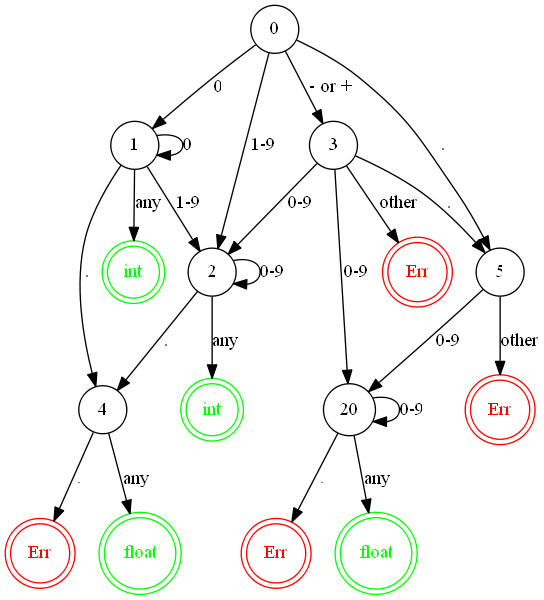
Earlier version of the Graphviz export 编译原理/static/dot/number-sm.png (rskmin/Study). Its source is kept beside it as 编译原理/static/dot/number-sm.dot.
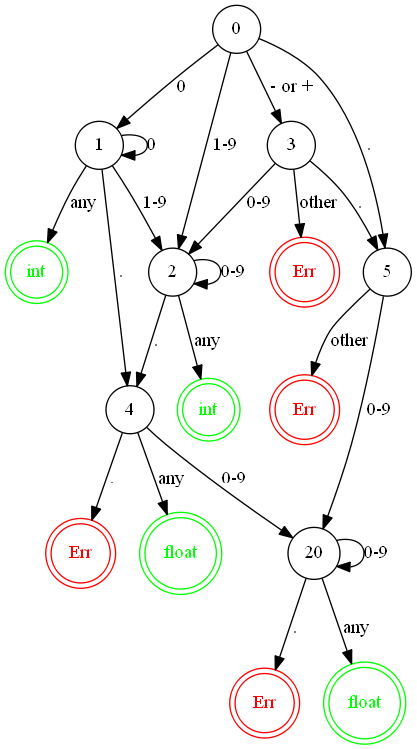
The same file after the commit.

The edit, as a diff of the source:
```diff
@@ -39,7 +39,7 @@
 
   node4 -> nodeErr3 [label="."]
   node4 -> nodefloat1 [label="any"]
-  node3 -> node20 [label="0-9"]
+  node4 -> node20 [label="0-9"]
 
   node20 -> node20 [label="0-9"]
   node20 -> nodefloat2 [label="any"]
```
